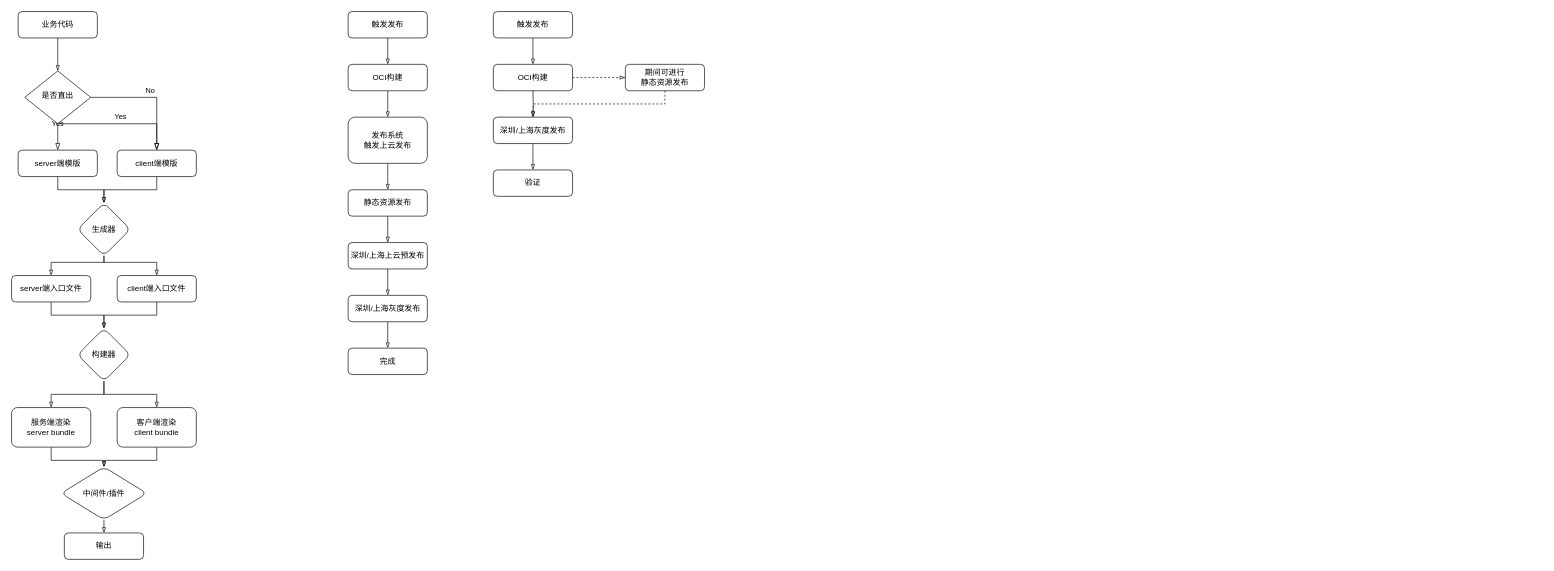
Before: MTKE上云.drawio in Alvabill/drawio, a draw.io diagram. Source tidied: cells renumbered, new cells numbered last; positions are measured from the earlier drawing's top-left corner, leaving out a move shared by most shapes. Both pictures are drawn from the tidied source at 66%, with x=0, y=0 at pixel (11, 11).
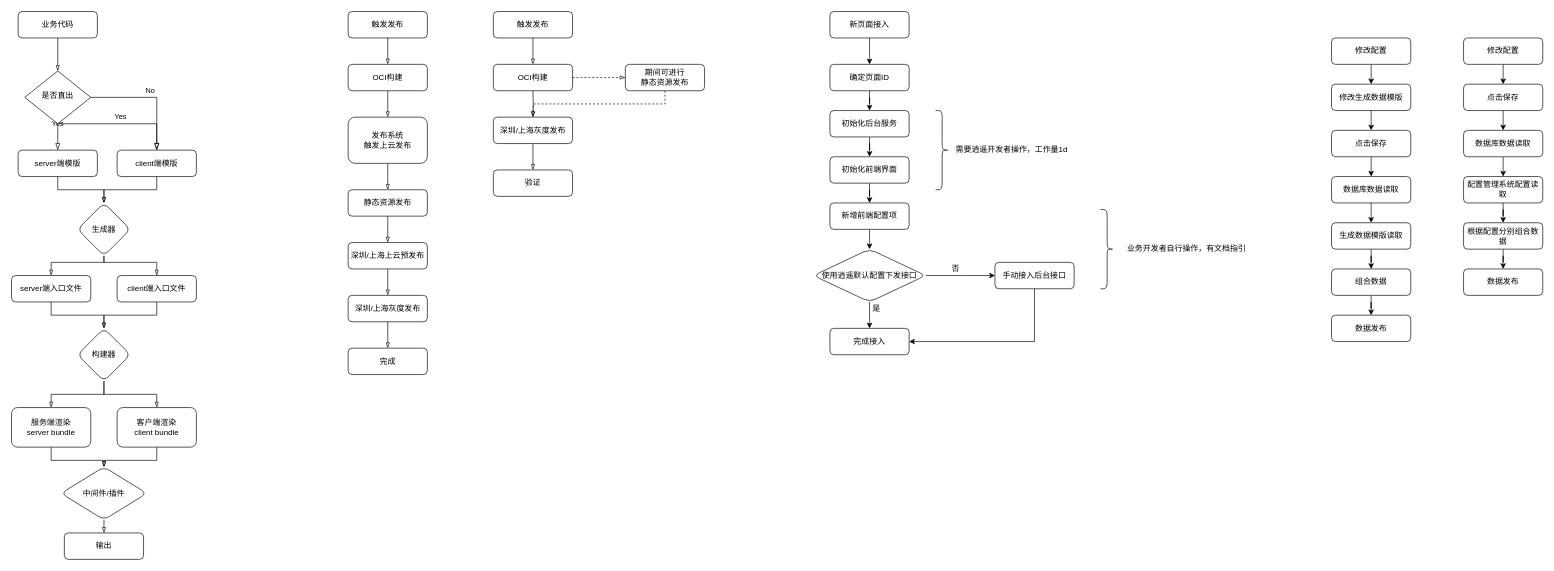
After the change.

The edit, as a diff of the source:
```diff
@@
+    <mxCell id="53" style="edgeStyle=orthogonalEdgeStyle;rounded=0;jettySize=auto;html=1;exitX=0.5;exitY=1;exitDx=0;exitDy=0;entryX=0.5;entryY=0;entryDx=0;entryDy=0;" parent="1" edge="1" source="54" target="56">
+      <mxGeometry relative="1" as="geometry" />
+    </mxCell>
+    <mxCell id="54" value="新页面接入" style="rounded=1;whiteSpace=wrap;html=1;fontSize=12;glass=0;strokeWidth=1;shadow=0;" parent="1" vertex="1">
+      <mxGeometry x="1240" width="120" height="40" as="geometry" />
+    </mxCell>
+    <mxCell id="55" style="edgeStyle=orthogonalEdgeStyle;rounded=0;jettySize=auto;html=1;" parent="1" edge="1" source="56" target="58">
+      <mxGeometry relative="1" as="geometry" />
+    </mxCell>
+    <mxCell id="56" value="确定页面ID" style="rounded=1;whiteSpace=wrap;html=1;fontSize=12;glass=0;strokeWidth=1;shadow=0;" parent="1" vertex="1">
+      <mxGeometry x="1240" y="80" width="120" height="40" as="geometry" />
+    </mxCell>
+    <mxCell id="57" style="edgeStyle=orthogonalEdgeStyle;rounded=0;jettySize=auto;html=1;" parent="1" edge="1" source="58" target="60">
+      <mxGeometry relative="1" as="geometry" />
+    </mxCell>
+    <mxCell id="58" value="初始化后台服务" style="rounded=1;whiteSpace=wrap;html=1;fontSize=12;glass=0;strokeWidth=1;shadow=0;" parent="1" vertex="1">
+      <mxGeometry x="1240" y="150" width="120" height="40" as="geometry" />
+    </mxCell>
+    <mxCell id="59" style="edgeStyle=orthogonalEdgeStyle;rounded=0;jettySize=auto;html=1;" parent="1" edge="1" source="60" target="62">
+      <mxGeometry relative="1" as="geometry" />
+    </mxCell>
+    <mxCell id="60" value="初始化前端界面" style="rounded=1;whiteSpace=wrap;html=1;fontSize=12;glass=0;strokeWidth=1;shadow=0;" parent="1" vertex="1">
+      <mxGeometry x="1240" y="220" width="120" height="40" as="geometry" />
+    </mxCell>
+    <mxCell id="61" style="edgeStyle=orthogonalEdgeStyle;rounded=0;jettySize=auto;html=1;exitX=0.5;exitY=1;exitDx=0;exitDy=0;entryX=0.5;entryY=0;entryDx=0;entryDy=0;" parent="1" edge="1" source="62" target="65">
+      <mxGeometry relative="1" as="geometry" />
+    </mxCell>
+    <mxCell id="62" value="新增前端配置项" style="rounded=1;whiteSpace=wrap;html=1;fontSize=12;glass=0;strokeWidth=1;shadow=0;" parent="1" vertex="1">
+      <mxGeometry x="1240" y="290" width="120" height="40" as="geometry" />
+    </mxCell>
+    <mxCell id="63" style="edgeStyle=orthogonalEdgeStyle;rounded=0;jettySize=auto;html=1;" parent="1" edge="1" source="65">
+      <mxGeometry relative="1" as="geometry">
+        <mxPoint x="1490" y="400" as="targetPoint" />
+      </mxGeometry>
+    </mxCell>
+    <mxCell id="64" style="edgeStyle=orthogonalEdgeStyle;rounded=0;jettySize=auto;html=1;" parent="1" edge="1" source="65">
+      <mxGeometry relative="1" as="geometry">
+        <mxPoint x="1300" y="480" as="targetPoint" />
+      </mxGeometry>
+    </mxCell>
+    <mxCell id="65" value="使用逍遥默认配置下发接口" style="rhombus;whiteSpace=wrap;html=1;rounded=1;glass=0;strokeWidth=1;shadow=0;" parent="1" vertex="1">
+      <mxGeometry x="1215" y="360" width="170" height="80" as="geometry" />
+    </mxCell>
+    <mxCell id="66" value="是" style="text;html=1;align=center;verticalAlign=middle;strokeColor=none;fillColor=none;" parent="1" vertex="1">
+      <mxGeometry x="1290" y="435" width="40" height="30" as="geometry" />
+    </mxCell>
+    <mxCell id="67" value="完成接入" style="rounded=1;whiteSpace=wrap;html=1;fontSize=12;glass=0;strokeWidth=1;shadow=0;" parent="1" vertex="1">
+      <mxGeometry x="1240" y="480" width="120" height="40" as="geometry" />
+    </mxCell>
+    <mxCell id="68" style="edgeStyle=orthogonalEdgeStyle;rounded=0;jettySize=auto;html=1;exitX=0.5;exitY=1;exitDx=0;exitDy=0;entryX=1;entryY=0.5;entryDx=0;entryDy=0;" parent="1" edge="1" source="69" target="67">
+      <mxGeometry relative="1" as="geometry" />
+    </mxCell>
+    <mxCell id="69" value="手动接入后台接口" style="rounded=1;whiteSpace=wrap;html=1;fontSize=12;glass=0;strokeWidth=1;shadow=0;" parent="1" vertex="1">
+      <mxGeometry x="1490" y="380" width="120" height="40" as="geometry" />
+    </mxCell>
+    <mxCell id="70" value="否" style="text;html=1;align=center;verticalAlign=middle;strokeColor=none;fillColor=none;" parent="1" vertex="1">
+      <mxGeometry x="1410" y="375" width="40" height="30" as="geometry" />
+    </mxCell>
+    <mxCell id="71" style="shape=curlyBracket;whiteSpace=wrap;html=1;rounded=1;flipH=1;labelPosition=right;verticalLabelPosition=middle;align=left;verticalAlign=middle;" parent="1" vertex="1">
+      <mxGeometry x="1400" y="150" width="20" height="120" as="geometry" />
+    </mxCell>
+    <mxCell id="72" value="需要逍遥开发者操作，工作量1d" style="text;html=1;align=center;verticalAlign=middle;strokeColor=none;fillColor=none;" parent="1" vertex="1">
+      <mxGeometry x="1420" y="195" width="190" height="30" as="geometry" />
+    </mxCell>
+    <mxCell id="73" style="shape=curlyBracket;whiteSpace=wrap;html=1;rounded=1;flipH=1;labelPosition=right;verticalLabelPosition=middle;align=left;verticalAlign=middle;" parent="1" vertex="1">
+      <mxGeometry x="1650" y="300" width="20" height="120" as="geometry" />
+    </mxCell>
+    <mxCell id="74" value="业务开发者自行操作，有文档指引" style="text;html=1;align=center;verticalAlign=middle;strokeColor=none;fillColor=none;" parent="1" vertex="1">
+      <mxGeometry x="1680" y="345" width="200" height="30" as="geometry" />
+    </mxCell>
+    <mxCell id="75" style="edgeStyle=orthogonalEdgeStyle;rounded=0;jettySize=auto;html=1;exitX=0.5;exitY=1;exitDx=0;exitDy=0;entryX=0.5;entryY=0;entryDx=0;entryDy=0;" parent="1" edge="1" source="76" target="78">
+      <mxGeometry relative="1" as="geometry" />
+    </mxCell>
+    <mxCell id="76" value="点击保存" style="rounded=1;whiteSpace=wrap;html=1;fontSize=12;glass=0;strokeWidth=1;shadow=0;" parent="1" vertex="1">
+      <mxGeometry x="2000" y="180" width="120" height="40" as="geometry" />
+    </mxCell>
+    <mxCell id="77" style="edgeStyle=orthogonalEdgeStyle;rounded=0;jettySize=auto;html=1;exitX=0.5;exitY=1;exitDx=0;exitDy=0;entryX=0.5;entryY=0;entryDx=0;entryDy=0;" parent="1" edge="1" source="78" target="80">
+      <mxGeometry relative="1" as="geometry" />
+    </mxCell>
+    <mxCell id="78" value="数据库数据读取" style="rounded=1;whiteSpace=wrap;html=1;fontSize=12;glass=0;strokeWidth=1;shadow=0;" parent="1" vertex="1">
+      <mxGeometry x="2000" y="250" width="120" height="40" as="geometry" />
+    </mxCell>
+    <mxCell id="79" style="edgeStyle=orthogonalEdgeStyle;rounded=0;jettySize=auto;html=1;" parent="1" edge="1" source="80" target="86">
+      <mxGeometry relative="1" as="geometry" />
+    </mxCell>
+    <mxCell id="80" value="生成数据模版读取" style="rounded=1;whiteSpace=wrap;html=1;fontSize=12;glass=0;strokeWidth=1;shadow=0;" parent="1" vertex="1">
+      <mxGeometry x="2000" y="320" width="120" height="40" as="geometry" />
+    </mxCell>
+    <mxCell id="81" style="edgeStyle=orthogonalEdgeStyle;rounded=0;jettySize=auto;html=1;exitX=0.5;exitY=1;exitDx=0;exitDy=0;entryX=0.5;entryY=0;entryDx=0;entryDy=0;" parent="1" edge="1" source="82" target="84">
+      <mxGeometry relative="1" as="geometry" />
+    </mxCell>
+    <mxCell id="82" value="修改配置" style="rounded=1;whiteSpace=wrap;html=1;fontSize=12;glass=0;strokeWidth=1;shadow=0;" parent="1" vertex="1">
+      <mxGeometry x="2000" y="40" width="120" height="40" as="geometry" />
+    </mxCell>
+    <mxCell id="83" style="edgeStyle=orthogonalEdgeStyle;rounded=0;jettySize=auto;html=1;exitX=0.5;exitY=1;exitDx=0;exitDy=0;entryX=0.5;entryY=0;entryDx=0;entryDy=0;" parent="1" edge="1" source="84" target="76">
+      <mxGeometry relative="1" as="geometry" />
+    </mxCell>
+    <mxCell id="84" value="修改生成数据模版" style="rounded=1;whiteSpace=wrap;html=1;fontSize=12;glass=0;strokeWidth=1;shadow=0;" parent="1" vertex="1">
+      <mxGeometry x="2000" y="110" width="120" height="40" as="geometry" />
+    </mxCell>
+    <mxCell id="85" style="edgeStyle=orthogonalEdgeStyle;rounded=0;jettySize=auto;html=1;" parent="1" edge="1" source="86" target="87">
+      <mxGeometry relative="1" as="geometry" />
+    </mxCell>
+    <mxCell id="86" value="组合数据" style="rounded=1;whiteSpace=wrap;html=1;fontSize=12;glass=0;strokeWidth=1;shadow=0;" parent="1" vertex="1">
+      <mxGeometry x="2000" y="390" width="120" height="40" as="geometry" />
+    </mxCell>
+    <mxCell id="87" value="数据发布" style="rounded=1;whiteSpace=wrap;html=1;fontSize=12;glass=0;strokeWidth=1;shadow=0;" parent="1" vertex="1">
+      <mxGeometry x="2000" y="460" width="120" height="40" as="geometry" />
+    </mxCell>
+    <mxCell id="88" style="edgeStyle=orthogonalEdgeStyle;rounded=0;jettySize=auto;html=1;exitX=0.5;exitY=1;exitDx=0;exitDy=0;entryX=0.5;entryY=0;entryDx=0;entryDy=0;" parent="1" edge="1" source="95" target="90">
+      <mxGeometry relative="1" as="geometry" />
+    </mxCell>
+    <mxCell id="89" style="edgeStyle=orthogonalEdgeStyle;rounded=0;jettySize=auto;html=1;exitX=0.5;exitY=1;exitDx=0;exitDy=0;entryX=0.5;entryY=0;entryDx=0;entryDy=0;" parent="1" edge="1" source="90" target="92">
+      <mxGeometry relative="1" as="geometry" />
+    </mxCell>
+    <mxCell id="90" value="数据库数据读取" style="rounded=1;whiteSpace=wrap;html=1;fontSize=12;glass=0;strokeWidth=1;shadow=0;" parent="1" vertex="1">
+      <mxGeometry x="2200" y="180" width="120" height="40" as="geometry" />
+    </mxCell>
+    <mxCell id="91" style="edgeStyle=orthogonalEdgeStyle;rounded=0;jettySize=auto;html=1;" parent="1" edge="1" source="92" target="97">
+      <mxGeometry relative="1" as="geometry" />
+    </mxCell>
+    <mxCell id="92" value="配置管理系统配置读取" style="rounded=1;whiteSpace=wrap;html=1;fontSize=12;glass=0;strokeWidth=1;shadow=0;" parent="1" vertex="1">
+      <mxGeometry x="2200" y="250" width="120" height="40" as="geometry" />
+    </mxCell>
+    <mxCell id="93" style="edgeStyle=orthogonalEdgeStyle;rounded=0;jettySize=auto;html=1;exitX=0.5;exitY=1;exitDx=0;exitDy=0;entryX=0.5;entryY=0;entryDx=0;entryDy=0;" parent="1" edge="1" source="94" target="95">
+      <mxGeometry relative="1" as="geometry" />
+    </mxCell>
+    <mxCell id="94" value="修改配置" style="rounded=1;whiteSpace=wrap;html=1;fontSize=12;glass=0;strokeWidth=1;shadow=0;" parent="1" vertex="1">
+      <mxGeometry x="2200" y="40" width="120" height="40" as="geometry" />
+    </mxCell>
+    <mxCell id="95" value="点击保存" style="rounded=1;whiteSpace=wrap;html=1;fontSize=12;glass=0;strokeWidth=1;shadow=0;" parent="1" vertex="1">
+      <mxGeometry x="2200" y="110" width="120" height="40" as="geometry" />
+    </mxCell>
+    <mxCell id="96" style="edgeStyle=orthogonalEdgeStyle;rounded=0;jettySize=auto;html=1;" parent="1" edge="1" source="97" target="98">
+      <mxGeometry relative="1" as="geometry" />
+    </mxCell>
+    <mxCell id="97" value="根据配置分别组合数据" style="rounded=1;whiteSpace=wrap;html=1;fontSize=12;glass=0;strokeWidth=1;shadow=0;" parent="1" vertex="1">
+      <mxGeometry x="2200" y="320" width="120" height="40" as="geometry" />
+    </mxCell>
+    <mxCell id="98" value="数据发布" style="rounded=1;whiteSpace=wrap;html=1;fontSize=12;glass=0;strokeWidth=1;shadow=0;" parent="1" vertex="1">
+      <mxGeometry x="2200" y="390" width="120" height="40" as="geometry" />
+    </mxCell>
```
